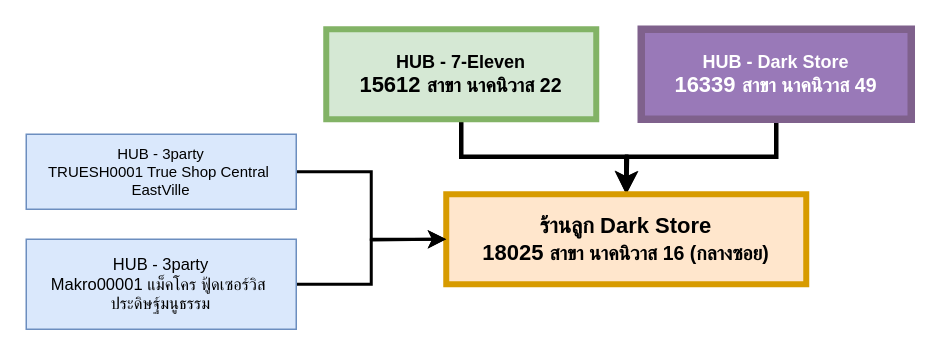
The draw.io diagram relation-store-case2.drawio in peapong/draw.io-diagrams, before the edit. Source tidied: cells renumbered, new cells numbered last; positions are measured from the earlier drawing's top-left corner, leaving out a move shared by most shapes. Both pictures are drawn from the tidied source at 150%, with x=0, y=0 at pixel (26, 28).
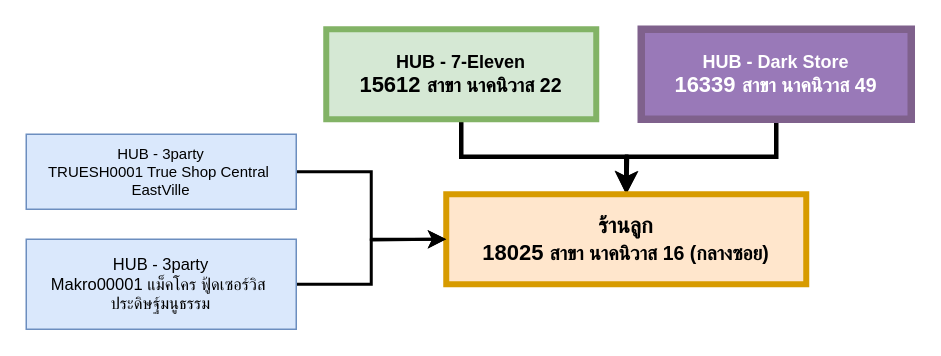
The same diagram, later.

What changed in the source:
```diff
@@
 <mxGraphModel>
   <root>
     <mxCell id="0" />
     <mxCell id="1" parent="0" />
     <mxCell id="2" style="edgeStyle=orthogonalEdgeStyle;rounded=0;jettySize=auto;html=1;exitX=0.5;exitY=1;exitDx=0;exitDy=0;strokeWidth=3;" parent="1" edge="1" source="3">
       <mxGeometry relative="1" as="geometry">
         <mxPoint x="400" y="110" as="targetPoint" />
       </mxGeometry>
     </mxCell>
     <mxCell id="3" value="HUB - Dark Store&lt;br&gt;&lt;span style=&quot;font-size: 14.6667px; text-align: start; white-space-collapse: preserve;&quot;&gt;16339 &lt;/span&gt;&lt;span style=&quot;font-size: 13.006px; text-align: left; white-space-collapse: break-spaces;&quot;&gt;สาขา นาคนิวาส 49&lt;/span&gt;" style="rounded=0;whiteSpace=wrap;html=1;fontFamily=Helvetica;labelBackgroundColor=none;fillColor=#9979B8;strokeColor=#7F618C;fontColor=#ffffff;strokeWidth=5;fontStyle=1;" parent="1" vertex="1">
       <mxGeometry x="410" width="180" height="60" as="geometry" />
     </mxCell>
     <mxCell id="4" style="edgeStyle=orthogonalEdgeStyle;rounded=0;jettySize=auto;html=1;exitX=0.5;exitY=1;exitDx=0;exitDy=0;entryX=0.5;entryY=0;entryDx=0;entryDy=0;strokeWidth=3;" parent="1" edge="1" source="5" target="6">
       <mxGeometry relative="1" as="geometry" />
     </mxCell>
     <mxCell id="5" value="&lt;span&gt;HUB - 7-Eleven&lt;/span&gt;&lt;br&gt;&lt;span style=&quot;font-size: 14.6667px; text-align: left; white-space-collapse: preserve;&quot;&gt;15612 &lt;/span&gt;&lt;span style=&quot;font-size: 13.006px; text-align: left; white-space-collapse: break-spaces;&quot;&gt;สาขา นาคนิวาส 22&lt;/span&gt;" style="rounded=0;whiteSpace=wrap;html=1;fontFamily=Helvetica;fillColor=#d5e8d4;strokeColor=#82b366;labelBackgroundColor=none;strokeWidth=4;fontStyle=1;" parent="1" vertex="1">
       <mxGeometry x="200" width="180" height="60" as="geometry" />
     </mxCell>
-    <mxCell id="6" value="&lt;div style=&quot;&quot;&gt;&lt;span style=&quot;white-space-collapse: preserve; font-size: 14.6667px;&quot;&gt;ร้านลูก Dark Store&lt;/span&gt;&lt;/div&gt;&lt;div style=&quot;text-align: start;&quot;&gt;&lt;span style=&quot;white-space-collapse: preserve; font-size: 14.6667px;&quot;&gt;18025 &lt;/span&gt;&lt;span style=&quot;white-space-collapse: break-spaces; font-size: 13.006px;&quot;&gt;สาขา นาคนิวาส 16 (กลางซอย)&lt;/span&gt;&lt;br&gt;&lt;/div&gt;" style="rounded=0;whiteSpace=wrap;html=1;fontFamily=Helvetica;fillColor=#ffe6cc;strokeColor=#d79b00;labelBackgroundColor=none;strokeWidth=4;fontStyle=1;" parent="1" vertex="1">
+    <mxCell id="6" value="&lt;div style=&quot;&quot;&gt;&lt;span style=&quot;white-space-collapse: preserve; font-size: 14.6667px;&quot;&gt;ร้านลูก&lt;/span&gt;&lt;/div&gt;&lt;div style=&quot;text-align: start;&quot;&gt;&lt;span style=&quot;white-space-collapse: preserve; font-size: 14.6667px;&quot;&gt;18025 &lt;/span&gt;&lt;span style=&quot;white-space-collapse: break-spaces; font-size: 13.006px;&quot;&gt;สาขา นาคนิวาส 16 (กลางซอย)&lt;/span&gt;&lt;br&gt;&lt;/div&gt;" style="rounded=0;whiteSpace=wrap;html=1;fontFamily=Helvetica;fillColor=#ffe6cc;strokeColor=#d79b00;labelBackgroundColor=none;strokeWidth=4;fontStyle=1;" parent="1" vertex="1">
       <mxGeometry x="280" y="110" width="240" height="60" as="geometry" />
     </mxCell>
     <mxCell id="7" style="edgeStyle=orthogonalEdgeStyle;rounded=0;jettySize=auto;html=1;exitX=1;exitY=0.5;exitDx=0;exitDy=0;strokeWidth=2;" parent="1" edge="1" source="8">
       <mxGeometry relative="1" as="geometry">
         <mxPoint x="280" y="140" as="targetPoint" />
       </mxGeometry>
     </mxCell>
     <mxCell id="8" value="&lt;div style=&quot;font-size: 11px;&quot;&gt;&lt;font style=&quot;font-size: 11px;&quot;&gt;&lt;span style=&quot;font-size: 11px; white-space-collapse: break-spaces;&quot;&gt;HUB - 3party&lt;/span&gt;&lt;/font&gt;&lt;/div&gt;&lt;span style=&quot;font-size: 11px; white-space-collapse: break-spaces;&quot;&gt;Makro00001 &lt;/span&gt;&lt;span style=&quot;font-size: 11px; text-align: left; white-space-collapse: break-spaces;&quot;&gt;แม็คโคร ฟู้ดเซอร์วิส ประดิษฐ์มนูธรรม&lt;/span&gt;" style="rounded=0;whiteSpace=wrap;html=1;fontFamily=Helvetica;fontSize=11;fillColor=#dae8fc;strokeColor=#6c8ebf;labelBackgroundColor=none;" parent="1" vertex="1">
       <mxGeometry y="140" width="180" height="60" as="geometry" />
     </mxCell>
     <mxCell id="9" style="edgeStyle=orthogonalEdgeStyle;rounded=0;jettySize=auto;html=1;exitX=1;exitY=0.5;exitDx=0;exitDy=0;entryX=0;entryY=0.5;entryDx=0;entryDy=0;strokeWidth=2;" parent="1" edge="1" source="10" target="6">
       <mxGeometry relative="1" as="geometry" />
     </mxCell>
     <mxCell id="10" value="&lt;div style=&quot;font-size: 10px;&quot;&gt;&lt;span style=&quot;font-size: 10px; white-space-collapse: break-spaces;&quot;&gt;HUB - 3party&lt;/span&gt;&lt;span style=&quot;font-size: 10px; white-space-collapse: break-spaces;&quot;&gt;&lt;br style=&quot;font-size: 10px;&quot;&gt;&lt;/span&gt;&lt;/div&gt;&lt;span style=&quot;font-size: 10px; white-space-collapse: break-spaces;&quot;&gt;TRUESH0001 &lt;/span&gt;&lt;span style=&quot;font-size: 10px; text-align: left; white-space-collapse: break-spaces;&quot;&gt;True Shop Central EastVille&lt;/span&gt;" style="rounded=0;whiteSpace=wrap;html=1;fontFamily=Helvetica;fontSize=10;fillColor=#dae8fc;strokeColor=#6c8ebf;labelBackgroundColor=none;" parent="1" vertex="1">
       <mxGeometry y="70" width="180" height="50" as="geometry" />
     </mxCell>
   </root>
 </mxGraphModel>
```
